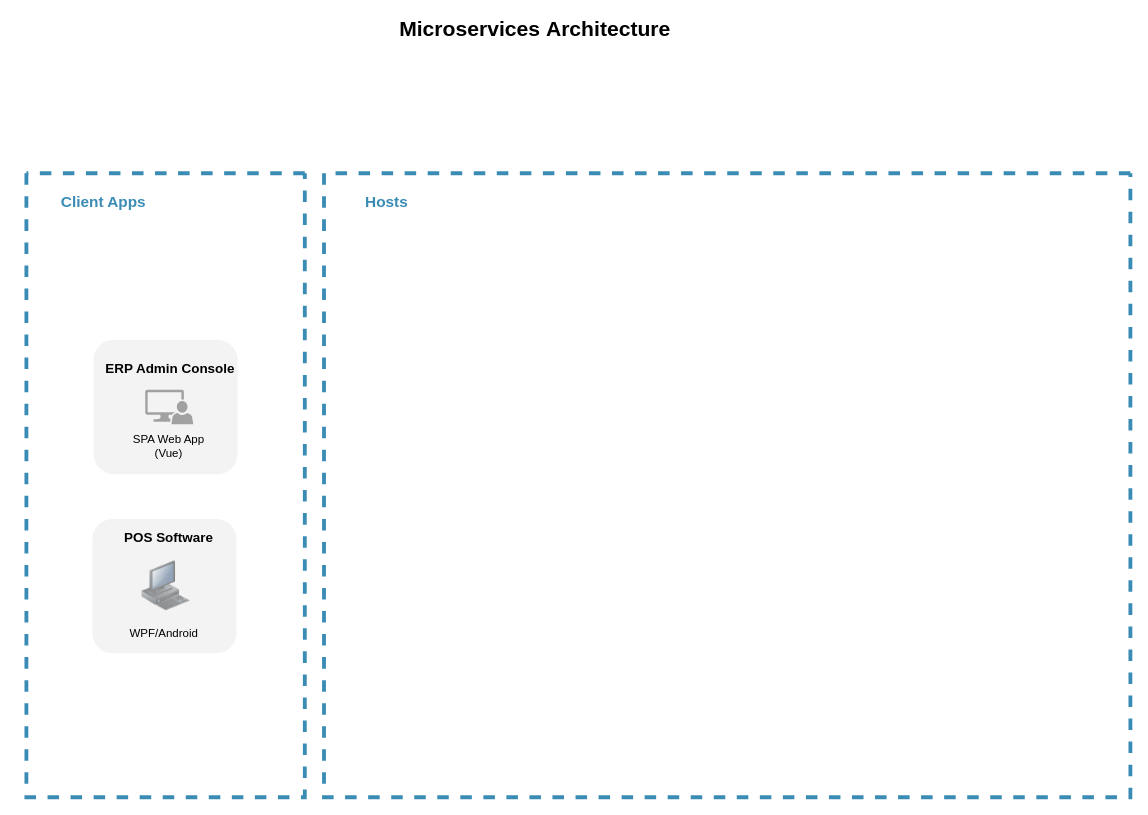
Earlier version of the draw.io diagram page "云帆架构图" (1 of 2) of Untitled Diagram.drawio (dingzeng/Files). Source tidied: cells renumbered, new cells numbered last; positions are measured from the earlier drawing's top-left corner, leaving out a move shared by most shapes. Both pictures are drawn from the tidied source at 96%, with x=0, y=0 at pixel (26, 19).
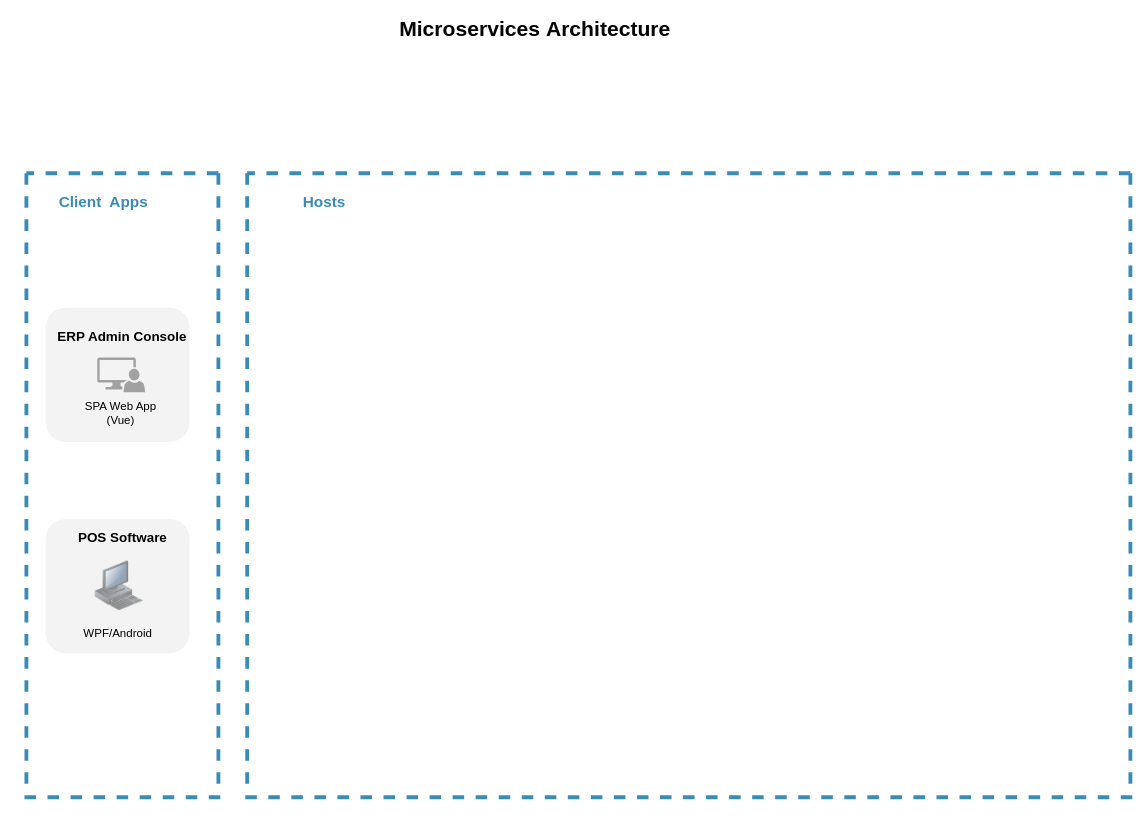
Above is the later version.

What changed in the source:
```diff
@@
 <mxGraphModel>
   <root>
     <mxCell id="0" />
     <mxCell id="1" parent="0" />
-    <mxCell id="2" style="swimlane;startSize=0;rounded=1;strokeColor=#3A8CB4;strokeWidth=4;fillColor=#000000;dashed=1;" parent="1" vertex="1">
-      <mxGeometry x="310" y="160" width="840" height="650" as="geometry" />
-    </mxCell>
-    <mxCell id="3" value="Hosts" style="text;html=1;align=center;verticalAlign=middle;fillColor=none;strokeColor=none;rounded=0;dashed=1;fontColor=#3A8CB4;fontStyle=1;fontSize=16;" parent="2" vertex="1">
-      <mxGeometry x="35" y="20" width="60" height="20" as="geometry" />
-    </mxCell>
     <mxCell id="4" style="swimlane;startSize=0;rounded=1;strokeColor=#3A8CB4;strokeWidth=4;fillColor=#000000;dashed=1;fontColor=#3A8CB4;" parent="1" vertex="1">
-      <mxGeometry y="160" width="290" height="650" as="geometry" />
+      <mxGeometry y="160" width="200" height="650" as="geometry" />
     </mxCell>
-    <mxCell id="5" value="Client Apps" style="text;html=1;align=center;verticalAlign=middle;fillColor=none;strokeColor=none;rounded=0;dashed=1;fontColor=#3A8CB4;fontStyle=1;fontSize=16;" parent="4" vertex="1">
-      <mxGeometry x="30" y="20" width="100" height="20" as="geometry" />
+    <mxCell id="5" value="Client&amp;nbsp; Apps" style="text;html=1;align=center;verticalAlign=middle;fillColor=none;strokeColor=none;rounded=0;dashed=1;fontColor=#3A8CB4;fontStyle=1;fontSize=16;" parent="4" vertex="1">
+      <mxGeometry x="25" y="20" width="110" height="20" as="geometry" />
     </mxCell>
     <mxCell id="6" style="group;" parent="4" vertex="1">
-      <mxGeometry x="68.8" y="360" width="152.5" height="140" as="geometry" />
+      <mxGeometry x="20" y="360" width="152.5" height="140" as="geometry" />
     </mxCell>
     <mxCell id="7" style="rounded=1;whiteSpace=wrap;html=1;shadow=0;glass=0;dashed=1;sketch=0;fontSize=14;fontColor=#000000;strokeWidth=0;gradientColor=none;opacity=70;fillColor=#EEEEEE;strokeColor=none;" parent="6" vertex="1">
       <mxGeometry width="150" height="140" as="geometry" />
     </mxCell>
     <mxCell id="8" style="image;html=1;image=img/lib/clip_art/computers/Workstation_128x128.png;rounded=1;dashed=1;fontSize=22;fontColor=#000000;strokeColor=#000000;strokeWidth=2;fillColor=#ffffff;opacity=50;" parent="6" vertex="1">
       <mxGeometry x="51.5" y="30" width="50" height="80" as="geometry" />
     </mxCell>
     <mxCell id="9" value="POS Software" style="text;html=1;strokeColor=none;fillColor=none;align=center;verticalAlign=middle;whiteSpace=wrap;rounded=0;shadow=0;glass=0;dashed=1;sketch=0;fontSize=14;fontColor=#000000;opacity=70;fontStyle=1;" parent="6" vertex="1">
       <mxGeometry x="7.5" y="10" width="145" height="20" as="geometry" />
     </mxCell>
     <mxCell id="10" value="WPF/Android" style="text;html=1;strokeColor=none;fillColor=none;align=center;verticalAlign=middle;whiteSpace=wrap;rounded=0;shadow=0;glass=0;dashed=1;sketch=0;fontSize=12;fontColor=#000000;opacity=70;fontStyle=0;" parent="6" vertex="1">
       <mxGeometry x="2.5" y="110" width="145" height="20" as="geometry" />
     </mxCell>
     <mxCell id="11" style="group;" parent="4" vertex="1">
-      <mxGeometry x="40" y="173.5" width="220" height="140" as="geometry" />
+      <mxGeometry x="-10" y="140" width="220" height="140" as="geometry" />
     </mxCell>
     <mxCell id="12" style="rounded=1;whiteSpace=wrap;html=1;shadow=0;glass=0;dashed=1;sketch=0;fontSize=14;fontColor=#000000;strokeWidth=0;gradientColor=none;opacity=70;strokeColor=none;fillColor=#EEE;" parent="11" vertex="1">
       <mxGeometry x="30" width="150" height="140" as="geometry" />
     </mxCell>
     <mxCell id="13" style="shadow=0;dashed=0;html=1;strokeColor=none;labelPosition=center;verticalLabelPosition=bottom;verticalAlign=top;align=center;fillColor=#515151;shape=mxgraph.mscae.system_center.admin_console;rounded=1;fontSize=22;fontColor=#000000;opacity=50;" parent="11" vertex="1">
       <mxGeometry x="83.8" y="52" width="50" height="36" as="geometry" />
     </mxCell>
     <mxCell id="14" value="SPA Web App&lt;br style=&quot;font-size: 12px;&quot;&gt;(Vue)" style="text;html=1;strokeColor=none;fillColor=none;align=center;verticalAlign=middle;whiteSpace=wrap;rounded=0;shadow=0;glass=0;dashed=1;sketch=0;fontSize=12;fontColor=#000000;opacity=70;fontStyle=0;" parent="11" vertex="1">
       <mxGeometry x="36.2" y="100" width="145" height="20" as="geometry" />
     </mxCell>
     <mxCell id="15" value="ERP Admin Console" style="text;html=1;strokeColor=none;fillColor=none;align=center;verticalAlign=middle;whiteSpace=wrap;rounded=0;shadow=0;glass=0;dashed=1;sketch=0;fontSize=14;fontColor=#000000;opacity=70;fontStyle=1;" parent="11" vertex="1">
       <mxGeometry y="20" width="220" height="20" as="geometry" />
     </mxCell>
     <mxCell id="16" value="Microservices&amp;nbsp;Architecture" style="text;html=1;strokeColor=none;fillColor=none;align=center;verticalAlign=middle;whiteSpace=wrap;rounded=0;dashed=1;fontSize=22;fontStyle=1;" parent="1" vertex="1">
       <mxGeometry x="510" width="40" height="20" as="geometry" />
     </mxCell>
+    <mxCell id="17" style="swimlane;startSize=0;rounded=1;strokeColor=#3A8CB4;strokeWidth=4;fillColor=#000000;dashed=1;fontColor=#3A8CB4;" parent="1" vertex="1">
+      <mxGeometry x="230" y="160" width="920" height="650" as="geometry" />
+    </mxCell>
+    <mxCell id="3" value="Hosts" style="text;html=1;align=center;verticalAlign=middle;fillColor=none;strokeColor=none;rounded=0;dashed=1;fontColor=#3A8CB4;fontStyle=1;fontSize=16;" parent="17" vertex="1">
+      <mxGeometry x="50" y="20" width="60" height="20" as="geometry" />
+    </mxCell>
   </root>
 </mxGraphModel>
```
